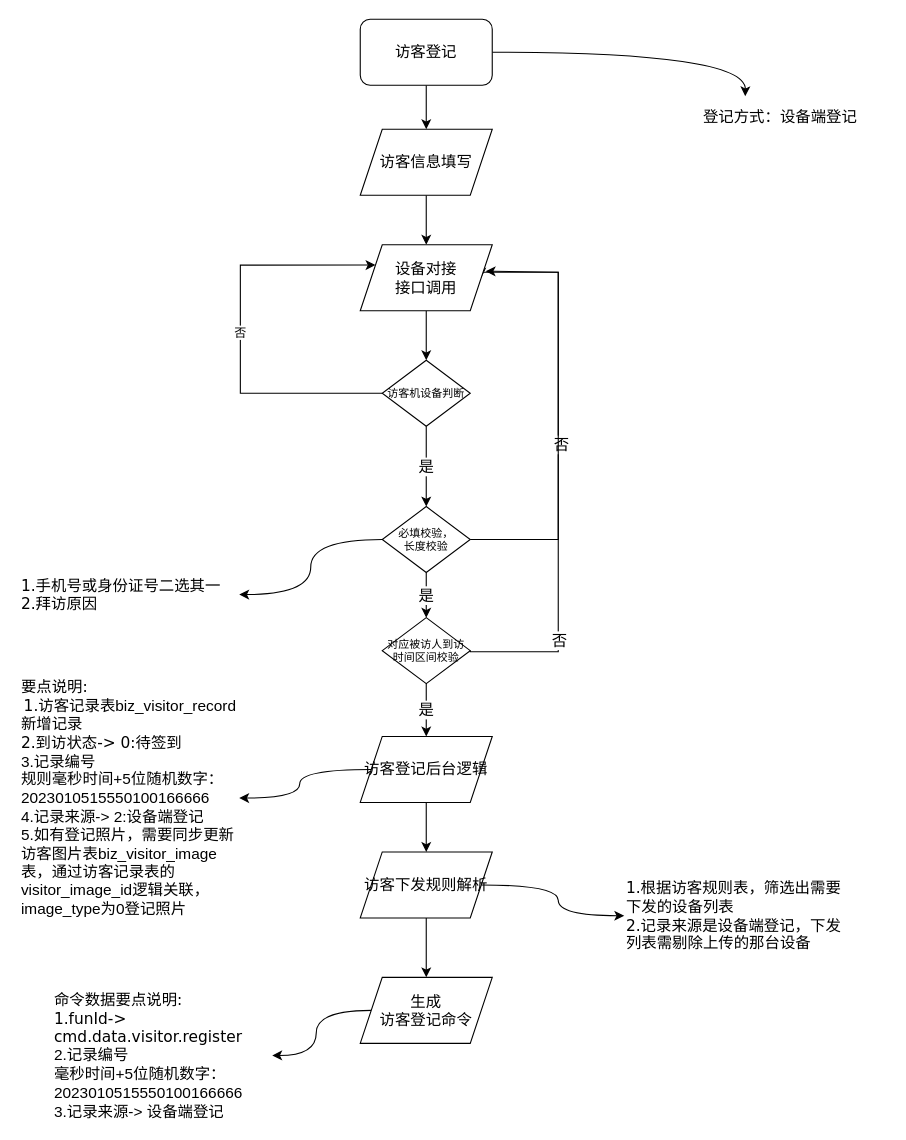
Above: page "访客登记细化-设备端登记" (3 of 10) of 访客迭代3.7.1-平台和小程序和设备交互流程.drawio in chwnjianhui/draw.io (draw.io), before the change. Source tidied: cells renumbered, new cells numbered last; positions are measured from the earlier drawing's top-left corner, leaving out a move shared by most shapes. Both pictures are drawn from the tidied source at 110%, with x=0, y=0 at pixel (19, 19).
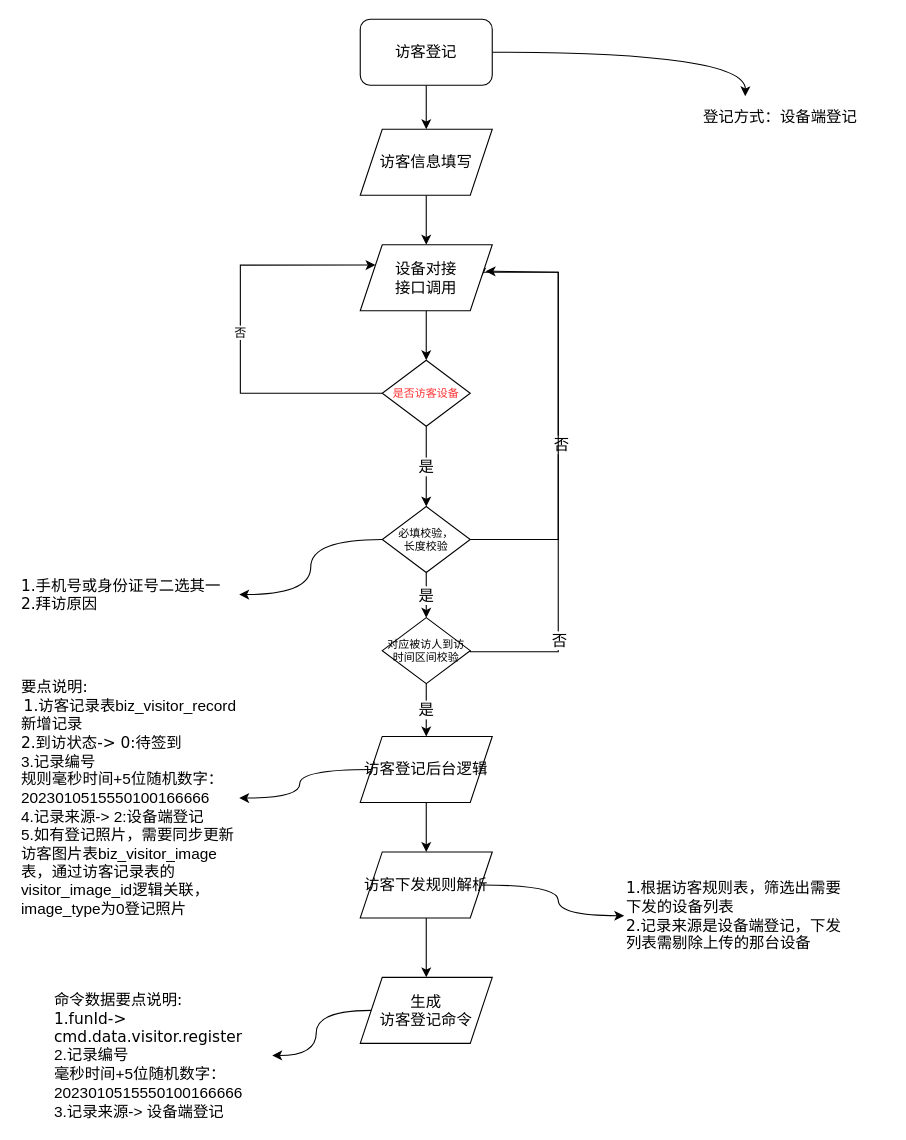
The same page after the edit.

Commit message:
更新访客迭代3.7.1-平台和小程序和设备交互流程.drawio

Diff of the diagram source:
```diff
@@
-    <mxCell id="33" value="访客机设备判断" style="rhombus;whiteSpace=wrap;html=1;rounded=0;shadow=0;labelBackgroundColor=none;strokeWidth=1;fontFamily=Verdana;fontSize=10;align=center;fillColor=#FFFFFF;" parent="1" vertex="1">
+    <mxCell id="33" value="是否访客设备" style="rhombus;whiteSpace=wrap;html=1;rounded=0;shadow=0;labelBackgroundColor=none;strokeWidth=1;fontFamily=Verdana;fontSize=10;align=center;fillColor=#FFFFFF;fontColor=#FF3333;" parent="1" vertex="1">
       <mxGeometry x="330" y="310" width="80" height="60" as="geometry" />
     </mxCell>
```
